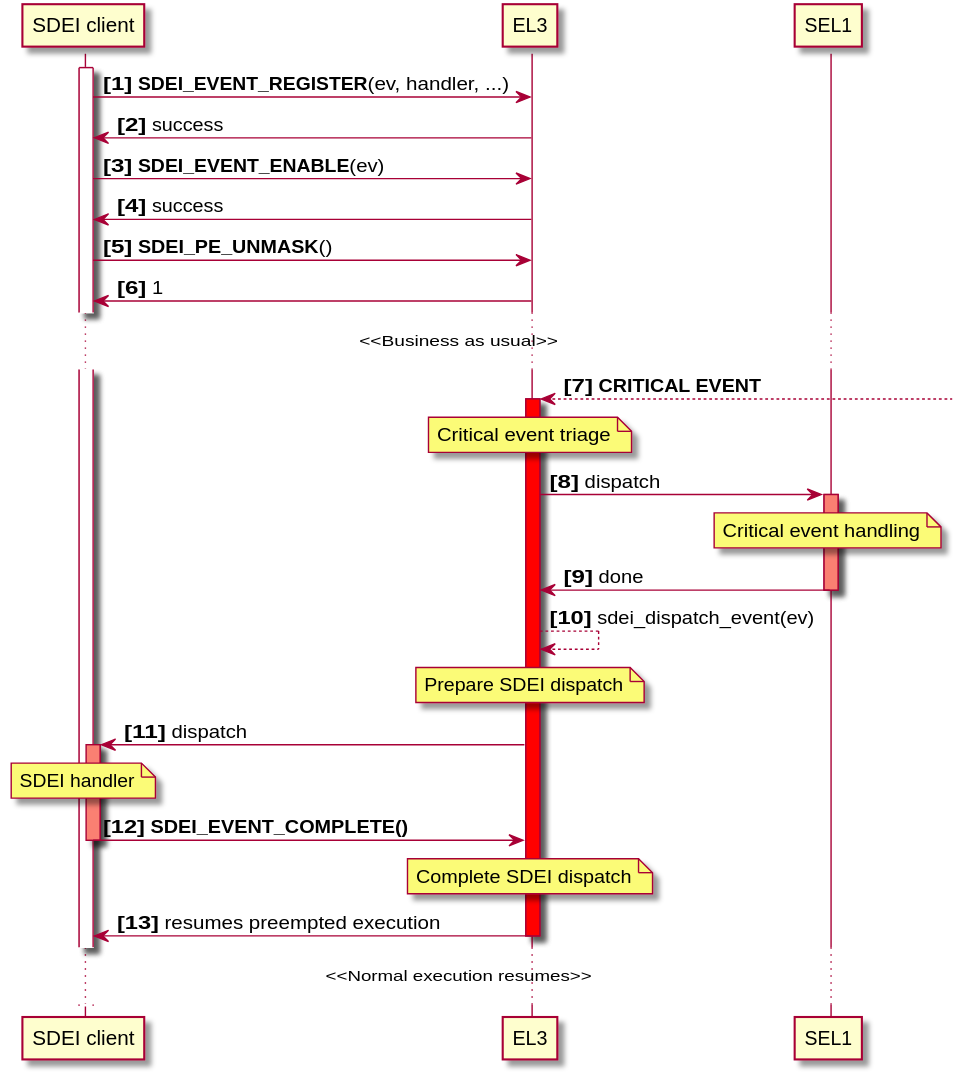
Before: docs/plantuml/sdei_explicit_dispatch.svg, a diagram exported from PlantUML (renesas-rz/rzg_trusted-firmware-a). Its source is kept beside it as docs/plantuml/sdei_explicit_dispatch.puml.
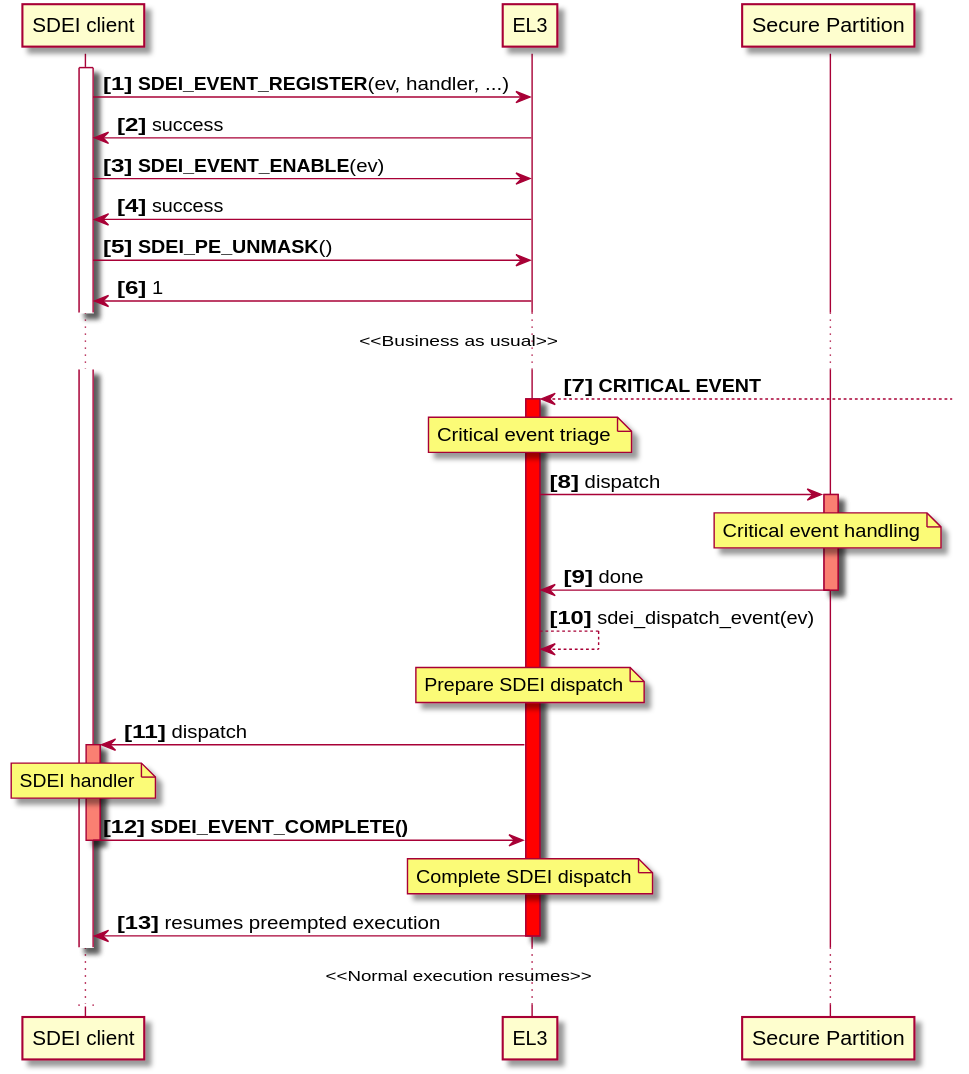
The same diagram one commit later.

Commit message:
SDEI: Update doc to clarify delegation

The explicit event dispatch sequence currently depicts handling done in
Secure EL1, although further error handling is typically done inside a
Secure Partition. Clarify the sequence diagram to that effect.

Change to the diagram source:
```diff
@@ -3,7 +3,7 @@
 autonumber "<b>[#]</b>"
 participant "SDEI client" as EL2
 participant EL3
-participant SEL1
+participant "Secure Partition" as SP
 
 activate EL2
 EL2->EL3: **SDEI_EVENT_REGISTER**(ev, handler, ...)
@@ -18,11 +18,11 @@
 EL3<--]: **CRITICAL EVENT**
 activate EL3 #red
 note over EL3: Critical event triage
-EL3->SEL1: dispatch
-activate SEL1 #salmon
-note over SEL1: Critical event handling
-SEL1->EL3: done
-deactivate SEL1
+EL3->SP: dispatch
+activate SP #salmon
+note over SP: Critical event handling
+SP->EL3: done
+deactivate SP
 EL3-->EL3: sdei_dispatch_event(ev)
 note over EL3: Prepare SDEI dispatch
 EL3->EL2: dispatch
```
